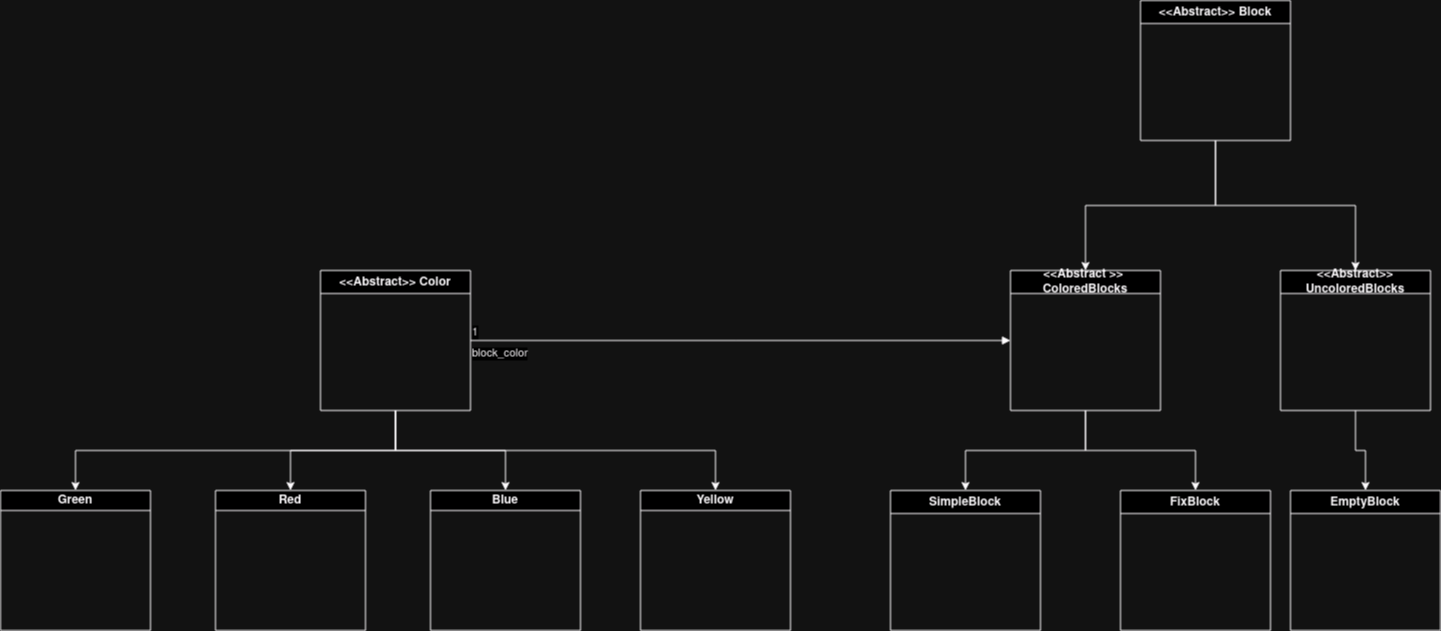
UnivLille-Meta/Miage23 keeps this draw.io diagram as Groups/DGZ/UML_C3P_Projet.png. Above is the earlier version. Source tidied: cells renumbered, new cells last; positions are measured from the earlier drawing's top-left corner, leaving out a move shared by most shapes.
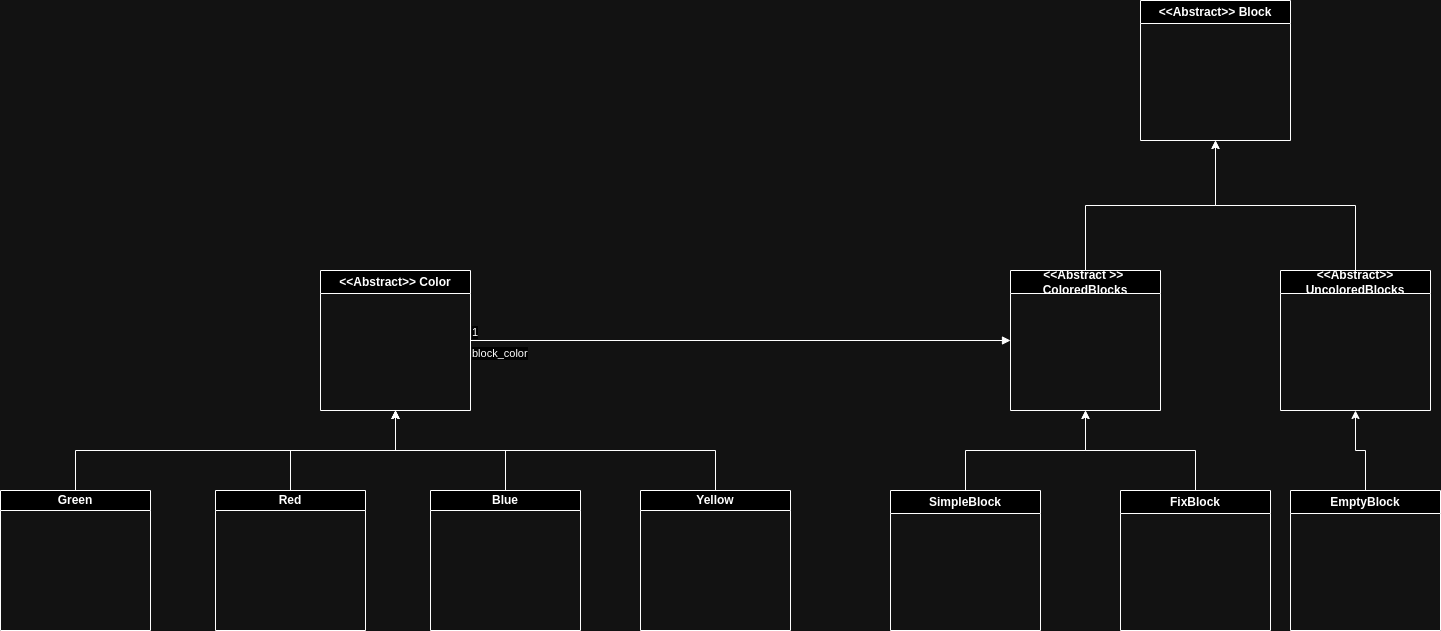
The same diagram one commit later.

What changed in the source:
```diff
@@ -2,25 +2,25 @@
   <root>
     <mxCell id="0" />
     <mxCell id="1" parent="0" />
-    <mxCell id="2" style="edgeStyle=orthogonalEdgeStyle;rounded=0;jettySize=auto;html=1;exitX=0.5;exitY=1;exitDx=0;exitDy=0;entryX=0.5;entryY=0;entryDx=0;entryDy=0;" parent="1" edge="1" source="4" target="14">
+    <mxCell id="2" style="edgeStyle=orthogonalEdgeStyle;rounded=0;jettySize=auto;html=1;exitX=0.5;exitY=0;exitDx=0;exitDy=0;entryX=0.5;entryY=1;entryDx=0;entryDy=0;" parent="1" edge="1" source="14" target="4">
       <mxGeometry relative="1" as="geometry" />
     </mxCell>
-    <mxCell id="3" style="edgeStyle=orthogonalEdgeStyle;rounded=0;jettySize=auto;html=1;entryX=0.5;entryY=0;entryDx=0;entryDy=0;" parent="1" edge="1" source="4" target="16">
+    <mxCell id="3" style="edgeStyle=orthogonalEdgeStyle;rounded=0;jettySize=auto;html=1;exitX=0.5;exitY=0;exitDx=0;exitDy=0;" parent="1" edge="1" source="16" target="4">
       <mxGeometry relative="1" as="geometry" />
     </mxCell>
     <mxCell id="4" value="&amp;lt;&amp;lt;Abstract&amp;gt;&amp;gt; Block" style="swimlane;whiteSpace=wrap;html=1;" parent="1" vertex="1">
       <mxGeometry x="1140" width="150" height="140" as="geometry" />
     </mxCell>
-    <mxCell id="5" style="edgeStyle=orthogonalEdgeStyle;rounded=0;jettySize=auto;html=1;entryX=0.5;entryY=0;entryDx=0;entryDy=0;" parent="1" edge="1" source="9" target="19">
+    <mxCell id="5" style="edgeStyle=orthogonalEdgeStyle;rounded=0;jettySize=auto;html=1;exitX=0.5;exitY=0;exitDx=0;exitDy=0;" parent="1" edge="1" source="19" target="9">
       <mxGeometry relative="1" as="geometry" />
     </mxCell>
-    <mxCell id="6" style="edgeStyle=orthogonalEdgeStyle;rounded=0;jettySize=auto;html=1;entryX=0.5;entryY=0;entryDx=0;entryDy=0;" parent="1" edge="1" source="9" target="21">
+    <mxCell id="6" style="edgeStyle=orthogonalEdgeStyle;rounded=0;jettySize=auto;html=1;exitX=0.5;exitY=0;exitDx=0;exitDy=0;" parent="1" edge="1" source="21" target="9">
       <mxGeometry relative="1" as="geometry" />
     </mxCell>
-    <mxCell id="7" style="edgeStyle=orthogonalEdgeStyle;rounded=0;jettySize=auto;html=1;exitX=0.5;exitY=1;exitDx=0;exitDy=0;entryX=0.5;entryY=0;entryDx=0;entryDy=0;" parent="1" edge="1" source="9" target="20">
+    <mxCell id="7" style="edgeStyle=orthogonalEdgeStyle;rounded=0;jettySize=auto;html=1;exitX=0.5;exitY=0;exitDx=0;exitDy=0;entryX=0.5;entryY=1;entryDx=0;entryDy=0;" parent="1" edge="1" source="20" target="9">
       <mxGeometry relative="1" as="geometry" />
     </mxCell>
-    <mxCell id="8" style="edgeStyle=orthogonalEdgeStyle;rounded=0;jettySize=auto;html=1;exitX=0.5;exitY=1;exitDx=0;exitDy=0;entryX=0.5;entryY=0;entryDx=0;entryDy=0;" parent="1" edge="1" source="9" target="22">
+    <mxCell id="8" style="edgeStyle=orthogonalEdgeStyle;rounded=0;jettySize=auto;html=1;exitX=0.5;exitY=0;exitDx=0;exitDy=0;entryX=0.5;entryY=1;entryDx=0;entryDy=0;" parent="1" edge="1" source="22" target="9">
       <mxGeometry relative="1" as="geometry" />
     </mxCell>
     <mxCell id="9" value="&amp;lt;&amp;lt;Abstract&amp;gt;&amp;gt; Color" style="swimlane;whiteSpace=wrap;html=1;" parent="1" vertex="1">
@@ -32,16 +32,16 @@
     <mxCell id="11" value="1" style="edgeLabel;html=1;align=left;verticalAlign=bottom;" parent="10" vertex="1">
       <mxGeometry x="-1" relative="1" as="geometry" />
     </mxCell>
-    <mxCell id="12" style="edgeStyle=orthogonalEdgeStyle;rounded=0;jettySize=auto;html=1;entryX=0.5;entryY=0;entryDx=0;entryDy=0;" parent="1" edge="1" source="14" target="17">
+    <mxCell id="12" style="edgeStyle=orthogonalEdgeStyle;rounded=0;jettySize=auto;html=1;exitX=0.5;exitY=0;exitDx=0;exitDy=0;" parent="1" edge="1" source="17" target="14">
       <mxGeometry relative="1" as="geometry" />
     </mxCell>
-    <mxCell id="13" style="edgeStyle=orthogonalEdgeStyle;rounded=0;jettySize=auto;html=1;exitX=0.5;exitY=1;exitDx=0;exitDy=0;entryX=0.5;entryY=0;entryDx=0;entryDy=0;" parent="1" edge="1" source="14" target="18">
+    <mxCell id="13" style="edgeStyle=orthogonalEdgeStyle;rounded=0;jettySize=auto;html=1;exitX=0.5;exitY=0;exitDx=0;exitDy=0;entryX=0.5;entryY=1;entryDx=0;entryDy=0;" parent="1" edge="1" source="18" target="14">
       <mxGeometry relative="1" as="geometry" />
     </mxCell>
     <mxCell id="14" value="&amp;lt;&amp;lt;Abstract &amp;gt;&amp;gt;&amp;nbsp; ColoredBlocks" style="swimlane;whiteSpace=wrap;html=1;" parent="1" vertex="1">
       <mxGeometry x="1010" y="270" width="150" height="140" as="geometry" />
     </mxCell>
-    <mxCell id="15" style="edgeStyle=orthogonalEdgeStyle;rounded=0;jettySize=auto;html=1;exitX=0.5;exitY=1;exitDx=0;exitDy=0;entryX=0.5;entryY=0;entryDx=0;entryDy=0;" parent="1" edge="1" source="16" target="23">
+    <mxCell id="15" style="edgeStyle=orthogonalEdgeStyle;rounded=0;jettySize=auto;html=1;exitX=0.5;exitY=0;exitDx=0;exitDy=0;entryX=0.5;entryY=1;entryDx=0;entryDy=0;" parent="1" edge="1" source="23" target="16">
       <mxGeometry relative="1" as="geometry" />
     </mxCell>
     <mxCell id="16" value="&amp;lt;&amp;lt;Abstract&amp;gt;&amp;gt; UncoloredBlocks" style="swimlane;whiteSpace=wrap;html=1;startSize=23;" parent="1" vertex="1">
```
